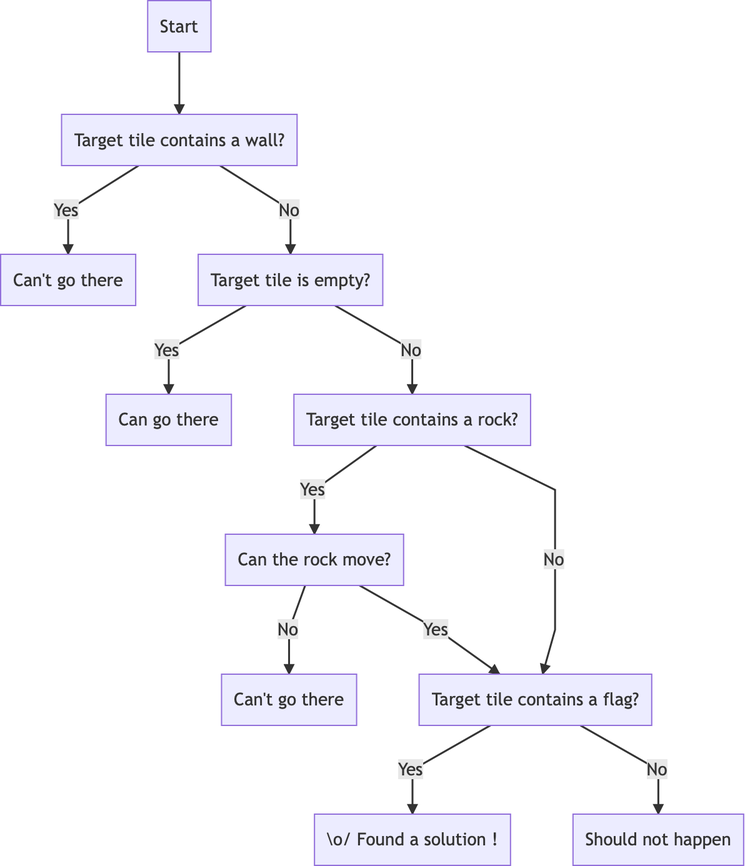
Earlier version of the Mermaid export brouillons/baba-is-you-5/graph1.png (archiloque/blog). Its source is kept beside it as brouillons/baba-is-you-5/graph1.mmd. Its diagram source:
```mermaid
graph TD

Start[Start]

Wall[Target tile contains a wall?]
YesWall[Can't go there]

Empty[Target tile is empty?]
YesEmpty[Can go there]

Rock[Target tile contains a rock?]

MoveRock[Can the rock move?]
NoMoveRock[Can't go there]

Flag[Target tile contains a flag?]
YesFlag[\o/ Found a solution !]
NoFlag[Should not happen]

Start --> Wall
Wall --> |Yes|YesWall
Wall --> |No|Empty

Empty --> |Yes|YesEmpty
Empty --> |No|Rock

Rock --> |Yes|MoveRock
Rock --> |No|Flag

MoveRock --> |Yes|Flag
MoveRock --> |No|NoMoveRock

Flag --> |Yes|YesFlag
Flag --> |No|NoFlag
```
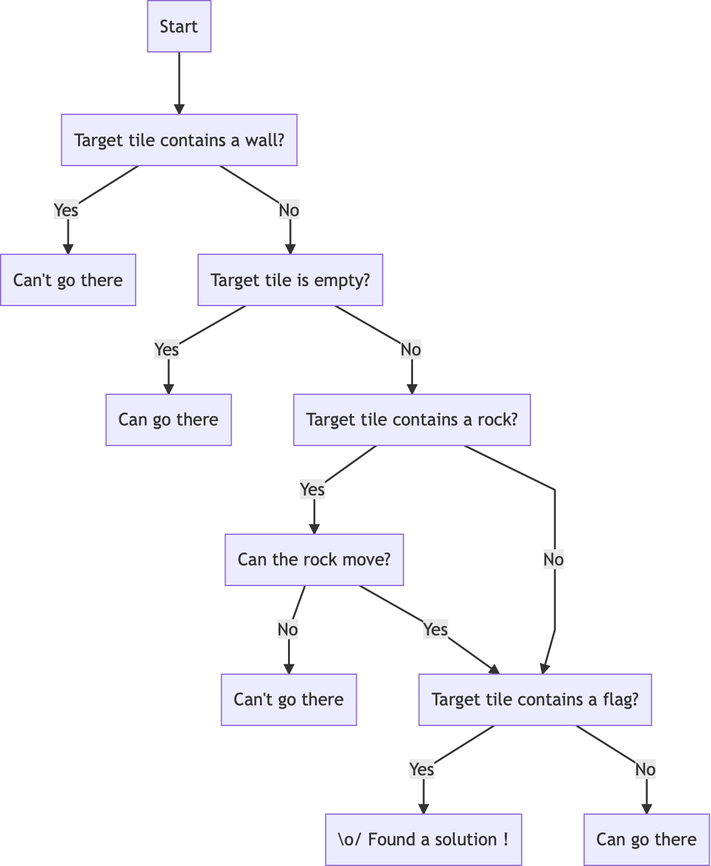
After the commit.

The edit, as a diff of the source:
```diff
@@ -15,7 +15,7 @@
 
 Flag[Target tile contains a flag?]
 YesFlag[\o/ Found a solution !]
-NoFlag[Should not happen]
+NoFlag[Can go there]
 
 Start --> Wall
 Wall --> |Yes|YesWall
```
